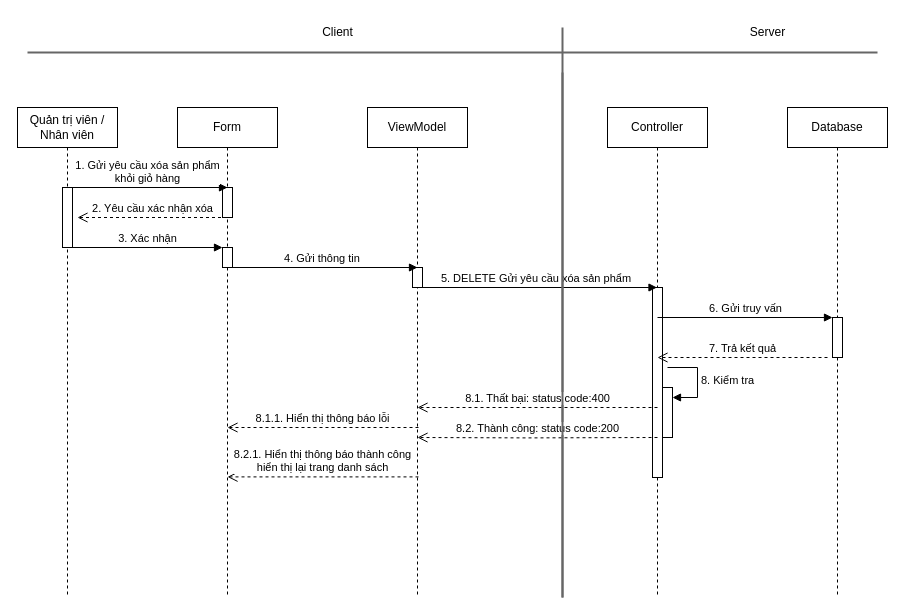
Earlier version of the draw.io diagram page "Page-3" (3 of 4) of SD/SD_QUANLYGIOHANG.drawio (hieuNV0871/da). Source tidied: cells renumbered, new cells numbered last; positions are measured from the earlier drawing's top-left corner, leaving out a move shared by most shapes. Both pictures are drawn from the tidied source at 100%, with x=0, y=0 at pixel (17, 17).
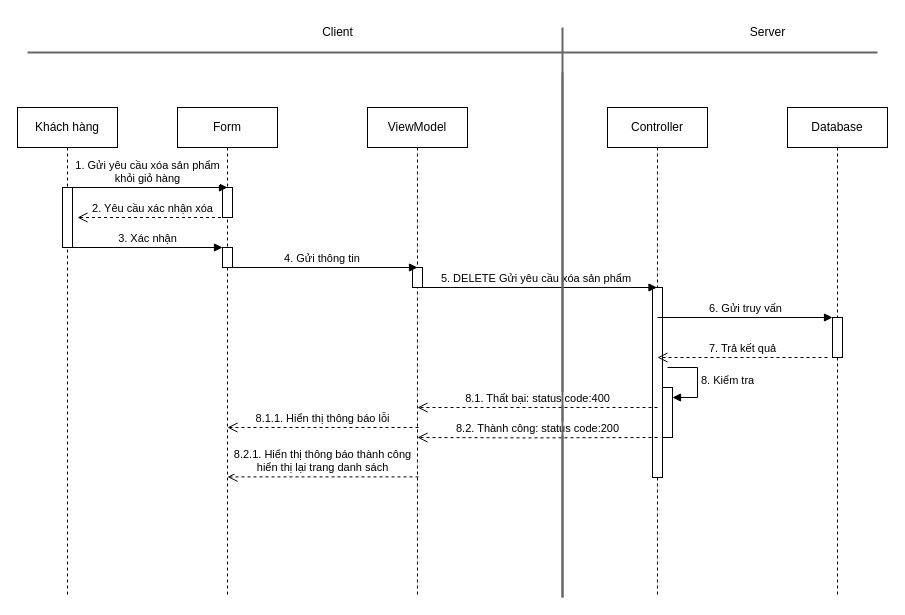
The same diagram, later.

What changed in the source:
```diff
@@
-    <mxCell id="2" value="Quản trị viên / Nhân viên" style="shape=umlLifeline;perimeter=lifelinePerimeter;whiteSpace=wrap;html=1;newEdgeStyle={&quot;curved&quot;:0,&quot;rounded&quot;:0};" parent="1" vertex="1">
+    <mxCell id="2" value="Khách hàng" style="shape=umlLifeline;perimeter=lifelinePerimeter;whiteSpace=wrap;html=1;newEdgeStyle={&quot;curved&quot;:0,&quot;rounded&quot;:0};" parent="1" vertex="1">
       <mxGeometry y="90" width="100" height="490" as="geometry" />
     </mxCell>
```
